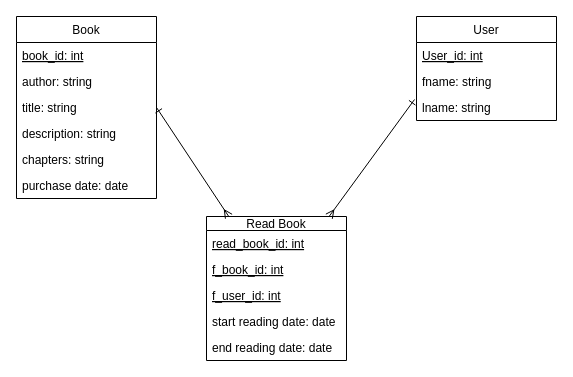
The draw.io diagram page "UML read" (5 of 5) of Gerlinde/diagrams.drawio in peru3232/Database-development--Day1, before the edit. Source tidied: cells renumbered, new cells numbered last; positions are measured from the earlier drawing's top-left corner, leaving out a move shared by most shapes. Both pictures are drawn from the tidied source at 100%, with x=0, y=0 at pixel (16, 16).
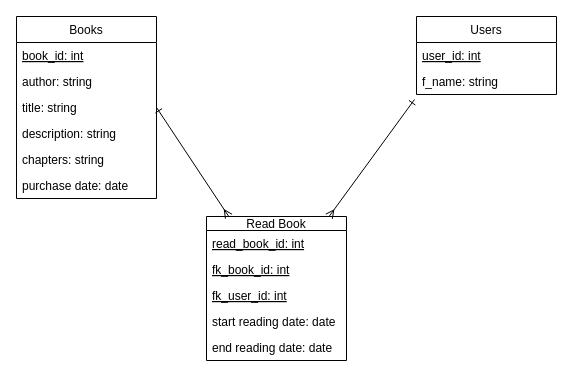
The same page after the edit.

The change refers to these unchanged cells:
```xml
<mxCell id="15" value="Read Book" style="swimlane;fontStyle=0;horizontal=1;startSize=14;fillColor=none;" parent="1" vertex="1">
  <mxGeometry x="190" y="200" width="140" height="144" as="geometry" />
</mxCell>
```

The edit, as a diff of the source:
```diff
@@
-    <mxCell id="2" value="Book" style="swimlane;fontStyle=0;horizontal=1;startSize=26;fillColor=none;" parent="1" vertex="1">
+    <mxCell id="2" value="Books" style="swimlane;fontStyle=0;horizontal=1;startSize=26;fillColor=none;" parent="1" vertex="1">
       <mxGeometry width="140" height="182" as="geometry" />
     </mxCell>
@@
-    <mxCell id="9" value="User" style="swimlane;fontStyle=0;horizontal=1;startSize=26;fillColor=none;" parent="1" vertex="1">
-      <mxGeometry x="400" width="140" height="104" as="geometry" />
+    <mxCell id="9" value="Users" style="swimlane;fontStyle=0;horizontal=1;startSize=26;fillColor=none;" parent="1" vertex="1">
+      <mxGeometry x="400" width="140" height="78" as="geometry" />
     </mxCell>
-    <mxCell id="10" value="User_id: int" style="text;strokeColor=none;fillColor=none;align=left;verticalAlign=top;spacingLeft=4;spacingRight=4;overflow=hidden;fontStyle=4;" parent="9" vertex="1">
+    <mxCell id="10" value="user_id: int" style="text;strokeColor=none;fillColor=none;align=left;verticalAlign=top;spacingLeft=4;spacingRight=4;overflow=hidden;fontStyle=4;" parent="9" vertex="1">
       <mxGeometry y="26" width="140" height="26" as="geometry" />
     </mxCell>
-    <mxCell id="11" value="fname: string" style="text;strokeColor=none;fillColor=none;align=left;verticalAlign=top;spacingLeft=4;spacingRight=4;overflow=hidden;" parent="9" vertex="1">
+    <mxCell id="11" value="f_name: string" style="text;strokeColor=none;fillColor=none;align=left;verticalAlign=top;spacingLeft=4;spacingRight=4;overflow=hidden;" parent="9" vertex="1">
       <mxGeometry y="52" width="140" height="26" as="geometry" />
     </mxCell>
-    <mxCell id="12" value="lname: string" style="text;strokeColor=none;fillColor=none;align=left;verticalAlign=top;spacingLeft=4;spacingRight=4;overflow=hidden;points=[[0,0.5],[1,0.5]];portConstraint=eastwest;" parent="9" vertex="1">
-      <mxGeometry y="78" width="140" height="26" as="geometry" />
-    </mxCell>
@@
-    <mxCell id="14" style="edgeStyle=none;html=1;entryX=-0.014;entryY=0.192;entryDx=0;entryDy=0;entryPerimeter=0;startArrow=ERmany;startFill=0;endArrow=ERone;endFill=0;" parent="1" edge="1" source="15" target="12">
-      <mxGeometry relative="1" as="geometry" />
+    <mxCell id="14" style="edgeStyle=none;html=1;entryX=-0.014;entryY=0.192;entryDx=0;entryDy=0;entryPerimeter=0;startArrow=ERmany;startFill=0;endArrow=ERone;endFill=0;" parent="1" edge="1" source="15">
+      <mxGeometry relative="1" as="geometry">
+        <mxPoint x="398" y="83" as="targetPoint" />
+      </mxGeometry>
     </mxCell>
@@
-    <mxCell id="17" value="f_book_id: int" style="text;strokeColor=none;fillColor=none;align=left;verticalAlign=top;spacingLeft=4;spacingRight=4;overflow=hidden;fontStyle=4;" parent="15" vertex="1">
+    <mxCell id="17" value="fk_book_id: int" style="text;strokeColor=none;fillColor=none;align=left;verticalAlign=top;spacingLeft=4;spacingRight=4;overflow=hidden;fontStyle=4;" parent="15" vertex="1">
       <mxGeometry y="40" width="140" height="26" as="geometry" />
     </mxCell>
-    <mxCell id="18" value="f_user_id: int" style="text;strokeColor=none;fillColor=none;align=left;verticalAlign=top;spacingLeft=4;spacingRight=4;overflow=hidden;fontStyle=4;" parent="15" vertex="1">
+    <mxCell id="18" value="fk_user_id: int" style="text;strokeColor=none;fillColor=none;align=left;verticalAlign=top;spacingLeft=4;spacingRight=4;overflow=hidden;fontStyle=4;" parent="15" vertex="1">
       <mxGeometry y="66" width="140" height="26" as="geometry" />
     </mxCell>
```
